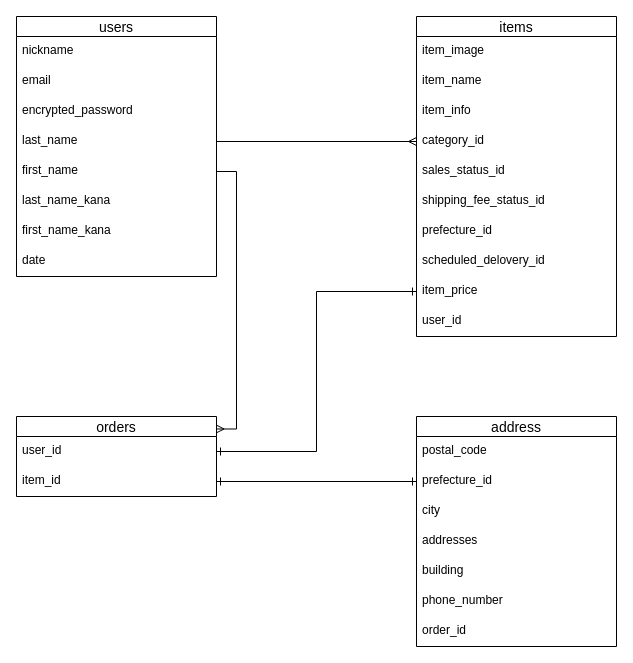
This is page "Page-1" (1 of 2) of app/furima.dio from itokoji/furima-32615, a draw.io file, before an edit. Source tidied: cells renumbered, new cells numbered last; positions are measured from the earlier drawing's top-left corner, leaving out a move shared by most shapes. Both pictures are drawn from the tidied source at 100%, with x=0, y=0 at pixel (16, 16).
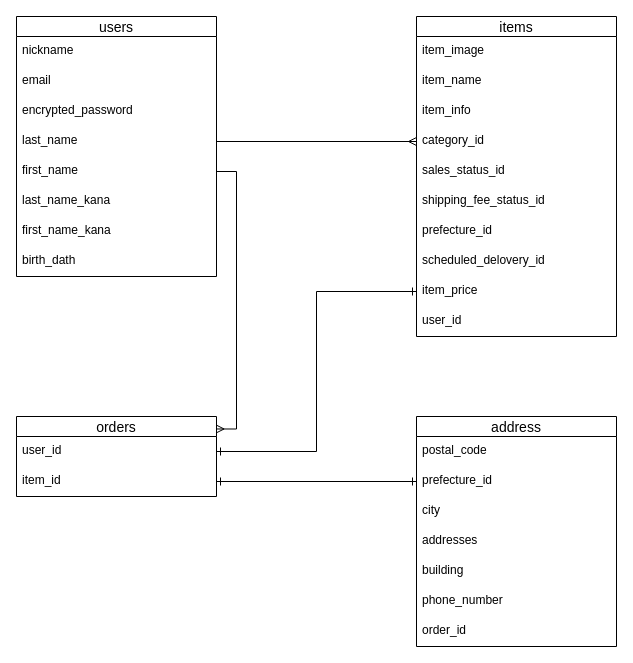
Above is the later version.

Commit message (it also covers changes not shown here):
ER図、README修正4

The change refers to these unchanged cells:
```xml
<mxCell id="13" value="users" style="swimlane;fontStyle=0;horizontal=1;startSize=20;align=center;fontSize=14;" parent="1" vertex="1">
  <mxGeometry width="200" height="260" as="geometry" />
</mxCell>
```

What changed in the source:
```diff
@@
-    <mxCell id="21" value="date" style="text;strokeColor=none;fillColor=none;spacingLeft=4;spacingRight=4;overflow=hidden;fontSize=12;" parent="13" vertex="1">
+    <mxCell id="21" value="birth_dath" style="text;strokeColor=none;fillColor=none;spacingLeft=4;spacingRight=4;overflow=hidden;fontSize=12;" parent="13" vertex="1">
       <mxGeometry y="230" width="200" height="30" as="geometry" />
     </mxCell>
```
